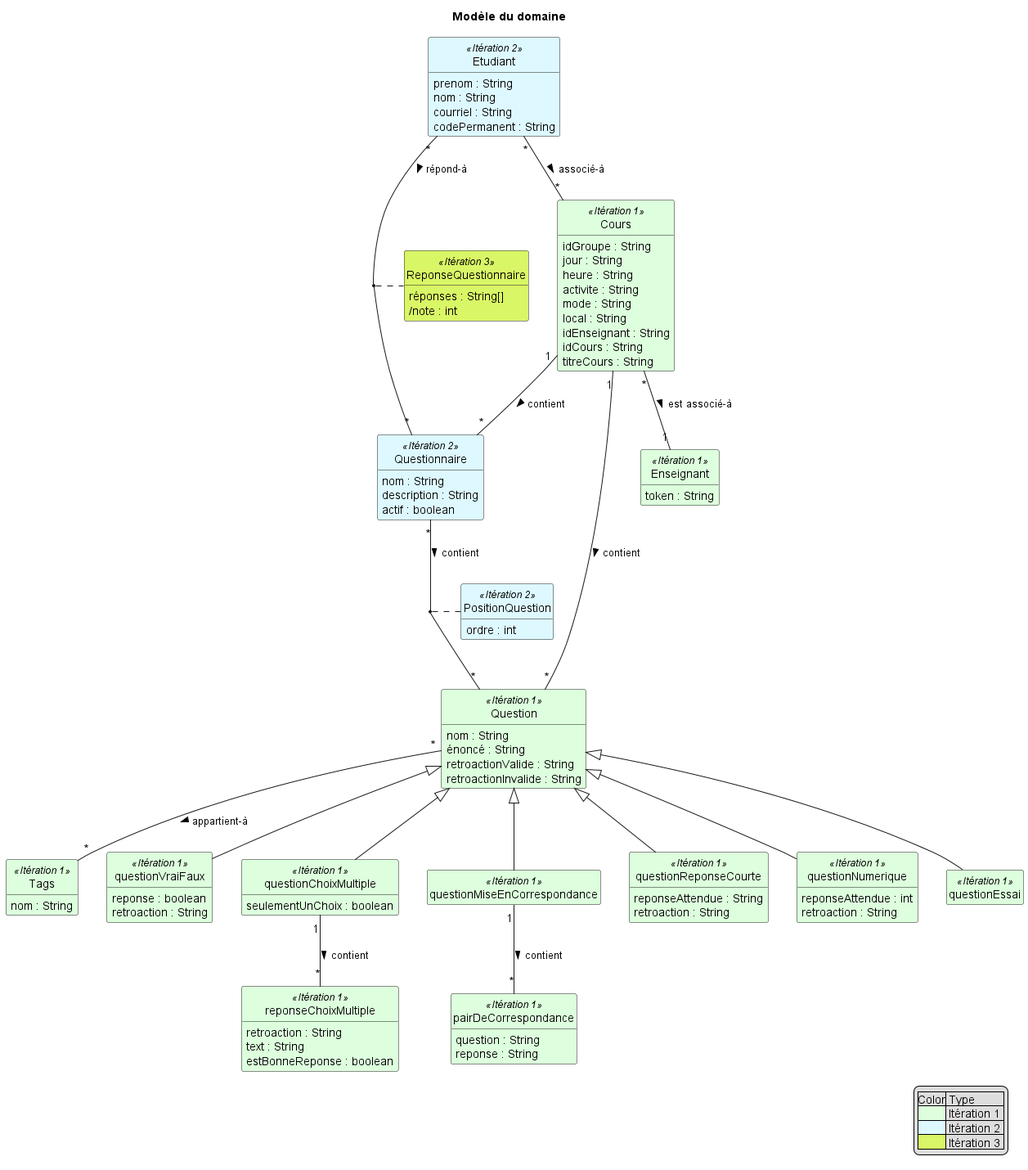
This is docs/modeles/exports-it-3/MDD_SGB_SGA.png from xMrYahya/moodle-clone, a PlantUML export, as it was before one commit. Its diagram source:
```plantuml
@startuml MDD_SGB_SGA
skinparam style strictuml
hide methods
hide empty members
title Modèle du domaine

skinparam class {
  BackgroundColor<< SGB >> #ddffdd
  backgroundColor<<Itération 1>> #ddffdd
  backgroundColor<<Itération 2>> #ddf9ff
  backgroundColor<<Itération 3>> #d9f666
}
hide stereotype


  class "Question" as question <<Itération 1>> {
  nom : String
  énoncé : String
  retroactionValide : String
  retroactionInvalide : String
  }
  class "Tags" as tags <<Itération 1>>{
    nom : String
  }
  class "questionVraiFaux" as qvf <<Itération 1>> extends question {
    reponse : boolean
    retroaction : String
  }
  class "questionChoixMultiple" as qcm <<Itération 1>> extends question {
    seulementUnChoix : boolean
  }
  class "reponseChoixMultiple" as rcm <<Itération 1>> {
    retroaction : String
    text : String
    estBonneReponse : boolean
  }
  class "questionMiseEnCorrespondance" as qmc <<Itération 1>> extends question {

  }
  class "pairDeCorrespondance" as pdc <<Itération 1>> {
    question : String
    reponse : String
  }
  class "questionReponseCourte" as qrc <<Itération 1>> extends question  {
    reponseAttendue : String
    retroaction : String
  }
  class "questionNumerique" as qn <<Itération 1>> extends question  {
    reponseAttendue : int
    retroaction : String
  }
  class "questionEssai" as qe <<Itération 1>> extends question  {

  }
  class "Enseignant" as ens <<Itération 1>> {
    token : String
  }
  class "Cours" as cours <<Itération 1>> {
    idGroupe : String
    jour : String
    heure : String
    activite : String
    mode : String
    local : String
    idEnseignant : String
    idCours : String
    titreCours : String
  }
  class "Etudiant" as etudiant <<Itération 2>>{
    prenom : String
    nom : String
    courriel : String
    codePermanent : String
  }
  class "Questionnaire" as questionnaire <<Itération 2>>{
    nom : String
    description : String
    actif : boolean
  }
  class "PositionQuestion" as position <<Itération 2>>{
    ordre : int
  }
  class "ReponseQuestionnaire" as reponseQuestionnaire <<Itération 3>> {
    réponses : String[]
    /note : int
  }

  etudiant "*" -- "*" cours : associé-à >
  cours "1" -- "*" question :contient >
  cours "*" -- "1" ens : est associé-à >
  question "*" -- "*" tags : appartient-à >
  qcm "1" -- "*" rcm : contient >
  qmc "1" -- "*" pdc : contient >
  cours "1" -- "*" questionnaire : contient >
  questionnaire "*" -- "*" question : contient >
  (questionnaire,question) .. position

legend right
    |Color| Type |
    |<#ddffdd>| Itération 1 |
    |<#ddf9ff>| Itération 2 |
    |<#d9f666>| Itération 3 |
endlegend



  etudiant "*" -- "*" questionnaire : répond-à >
  (etudiant,questionnaire) .. reponseQuestionnaire
@enduml
```
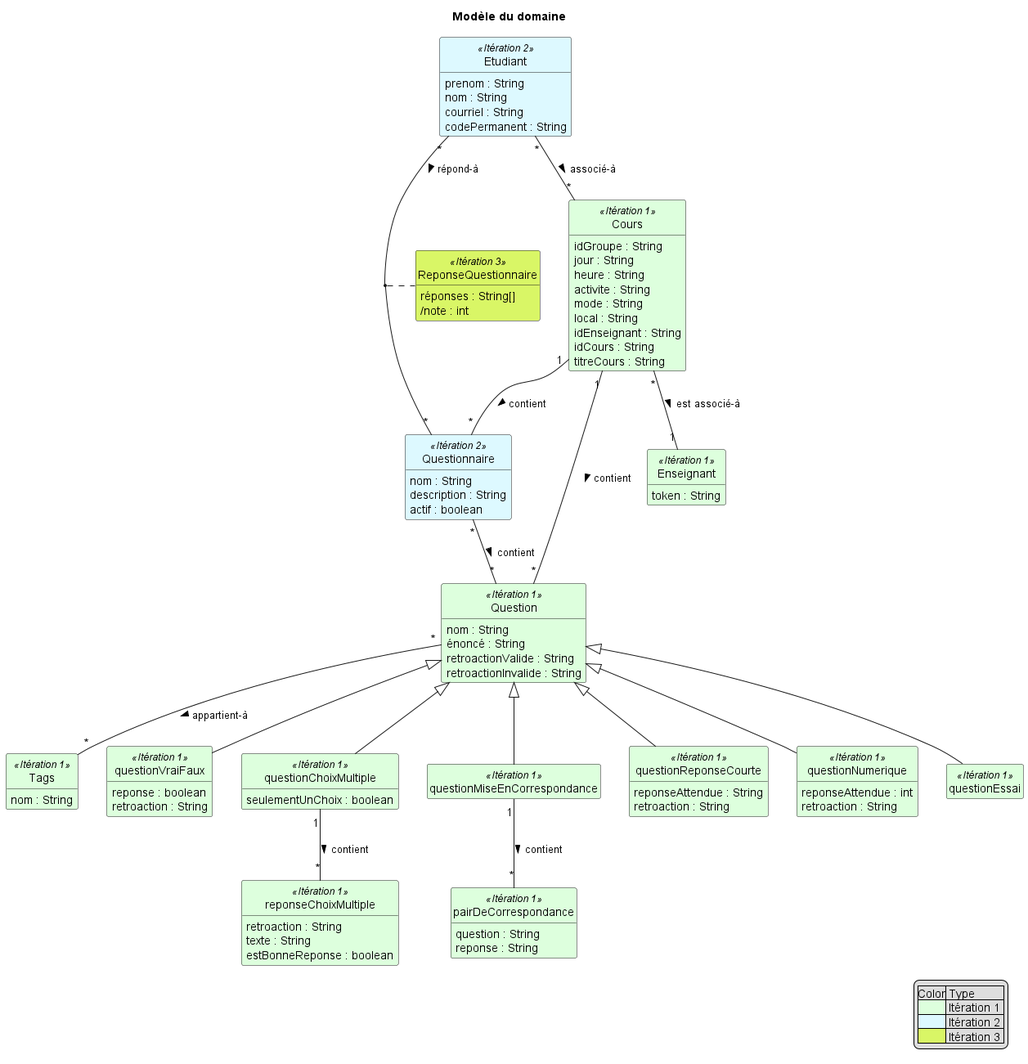
The same file after the commit.

Change to the diagram source:
```diff
@@ -31,7 +31,7 @@
   }
   class "reponseChoixMultiple" as rcm <<Itération 1>> {
     retroaction : String
-    text : String
+    texte : String
     estBonneReponse : boolean
   }
   class "questionMiseEnCorrespondance" as qmc <<Itération 1>> extends question {
@@ -77,9 +77,6 @@
     description : String
     actif : boolean
   }
-  class "PositionQuestion" as position <<Itération 2>>{
-    ordre : int
-  }
   class "ReponseQuestionnaire" as reponseQuestionnaire <<Itération 3>> {
     réponses : String[]
     /note : int
@@ -93,8 +90,6 @@
   qmc "1" -- "*" pdc : contient >
   cours "1" -- "*" questionnaire : contient >
   questionnaire "*" -- "*" question : contient >
-  (questionnaire,question) .. position
-
 legend right
     |Color| Type |
     |<#ddffdd>| Itération 1 |
```
